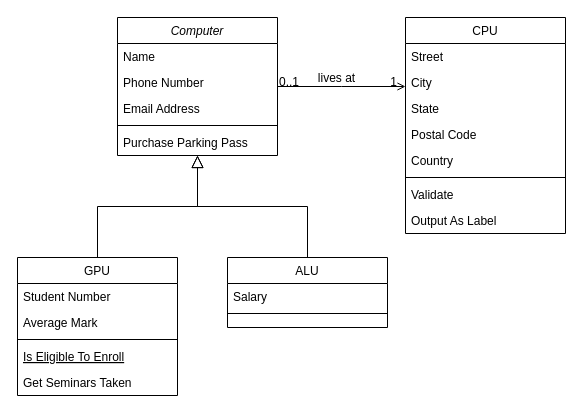
0zzy0sbourne/DS-Algorithms keeps this draw.io diagram as Untitled Diagram.drawio. Above is the earlier version. Source tidied: cells renumbered, new cells numbered last; positions are measured from the earlier drawing's top-left corner, leaving out a move shared by most shapes. Both pictures are drawn from the tidied source at 100%, with x=0, y=0 at pixel (17, 17).
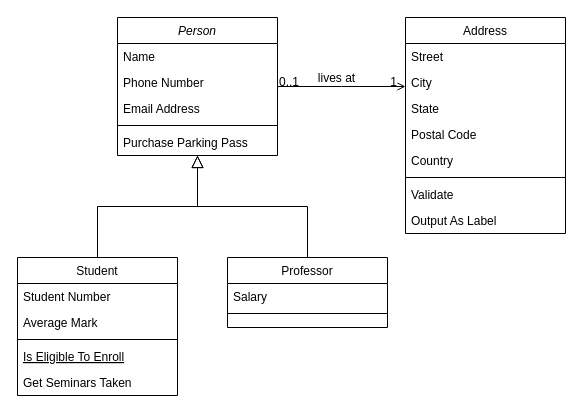
After the change.

What changed in the source:
```diff
@@
-    <mxCell id="2" value="Computer" style="swimlane;fontStyle=2;align=center;verticalAlign=top;horizontal=1;startSize=26;rounded=0;shadow=0;strokeWidth=1;" parent="1" vertex="1">
+    <mxCell id="2" value="Person" style="swimlane;fontStyle=2;align=center;verticalAlign=top;horizontal=1;startSize=26;rounded=0;shadow=0;strokeWidth=1;" parent="1" vertex="1">
       <mxGeometry x="100" width="160" height="138" as="geometry" />
     </mxCell>
@@
-    <mxCell id="8" value="GPU" style="swimlane;fontStyle=0;align=center;verticalAlign=top;horizontal=1;startSize=26;rounded=0;shadow=0;strokeWidth=1;" parent="1" vertex="1">
+    <mxCell id="8" value="Student" style="swimlane;fontStyle=0;align=center;verticalAlign=top;horizontal=1;startSize=26;rounded=0;shadow=0;strokeWidth=1;" parent="1" vertex="1">
       <mxGeometry y="240" width="160" height="138" as="geometry" />
     </mxCell>
@@
-    <mxCell id="15" value="ALU" style="swimlane;fontStyle=0;align=center;verticalAlign=top;horizontal=1;startSize=26;rounded=0;shadow=0;strokeWidth=1;" parent="1" vertex="1">
+    <mxCell id="15" value="Professor" style="swimlane;fontStyle=0;align=center;verticalAlign=top;horizontal=1;startSize=26;rounded=0;shadow=0;strokeWidth=1;" parent="1" vertex="1">
       <mxGeometry x="210" y="240" width="160" height="70" as="geometry" />
     </mxCell>
@@
-    <mxCell id="19" value="CPU" style="swimlane;fontStyle=0;align=center;verticalAlign=top;horizontal=1;startSize=26;rounded=0;shadow=0;strokeWidth=1;" parent="1" vertex="1">
+    <mxCell id="19" value="Address" style="swimlane;fontStyle=0;align=center;verticalAlign=top;horizontal=1;startSize=26;rounded=0;shadow=0;strokeWidth=1;" parent="1" vertex="1">
       <mxGeometry x="388" width="160" height="216" as="geometry" />
     </mxCell>
```
